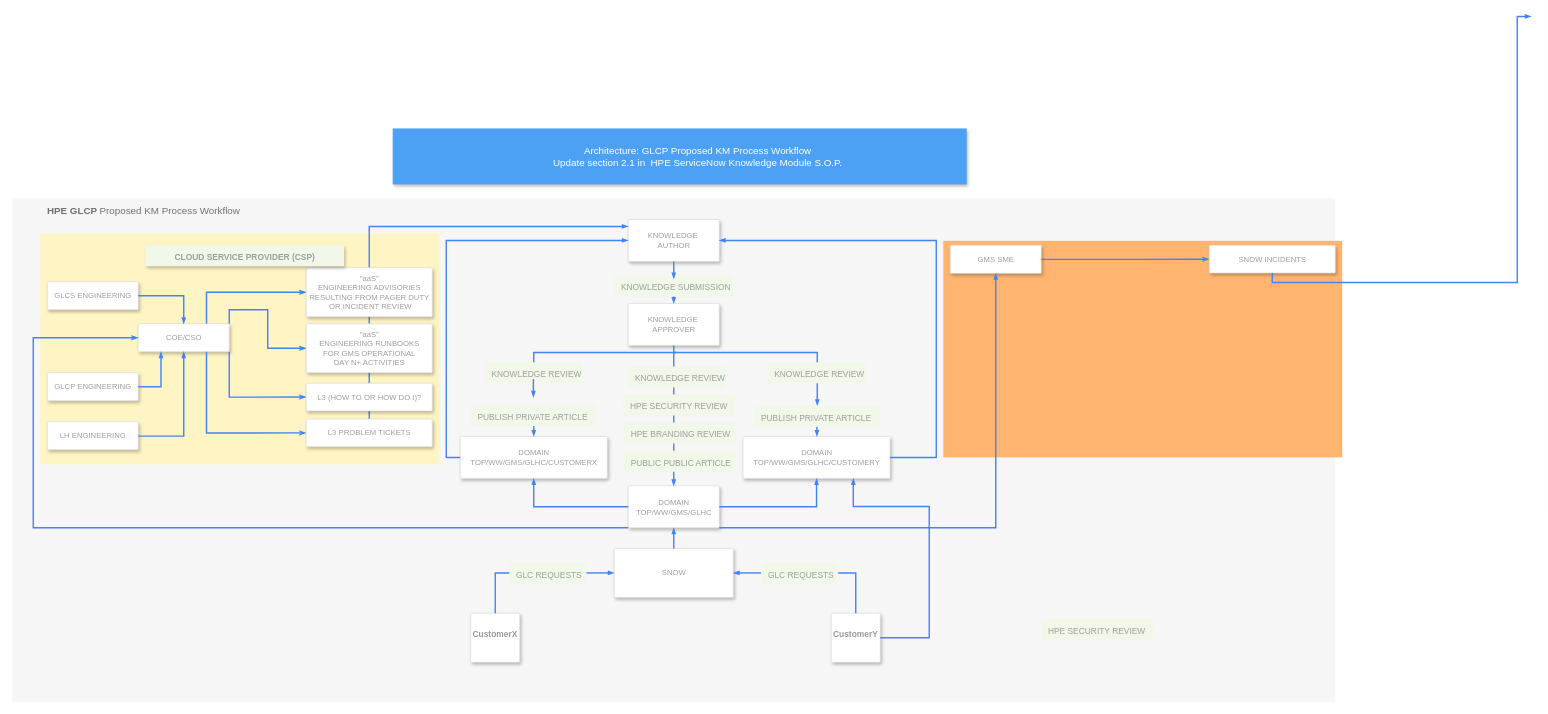
Before: Untitled Diagram.drawio in ajrich2/ajrich2, a draw.io diagram. Source tidied: cells renumbered, new cells numbered last; positions are measured from the earlier drawing's top-left corner, leaving out a move shared by most shapes. Both pictures are drawn from the tidied source at 70%, with x=0, y=0 at pixel (12, 16).
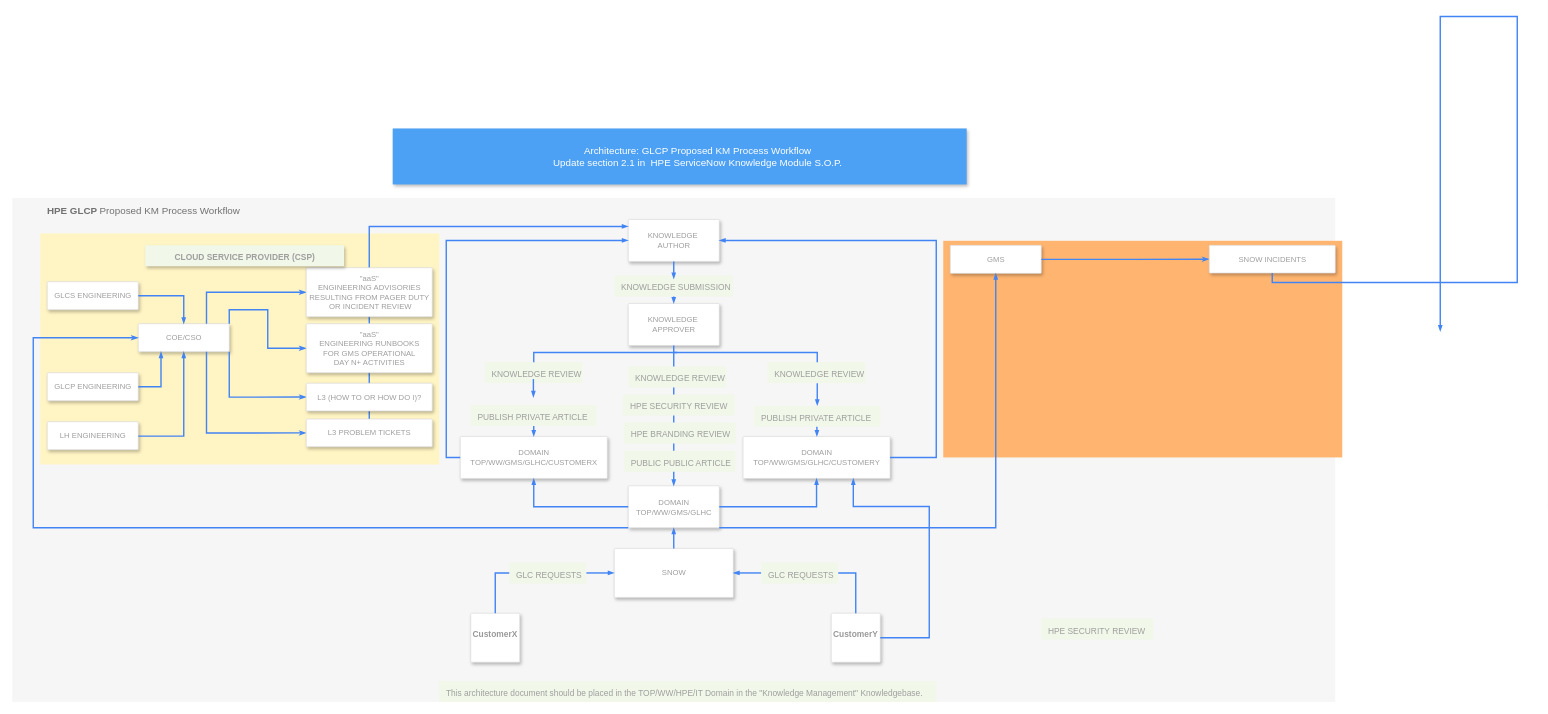
Above is the later version.

Unchanged cells that the change refers to:
```xml
<mxCell id="60" value="SNOW INCIDENTS" style="strokeColor=#dddddd;fillColor=#ffffff;shadow=1;strokeWidth=1;rounded=1;absoluteArcSize=1;arcSize=2;fontSize=11;fontColor=#9E9E9E;align=center;html=1;" parent="1" vertex="1">
  <mxGeometry x="1710" y="327" width="180" height="39.5" as="geometry" />
</mxCell>
```

The edit, as a diff of the source:
```diff
@@
-    <mxCell id="58" value="GMS SME" style="strokeColor=#dddddd;fillColor=#ffffff;shadow=1;strokeWidth=1;rounded=1;absoluteArcSize=1;arcSize=2;fontSize=11;fontColor=#9E9E9E;align=center;html=1;" parent="1" vertex="1">
+    <mxCell id="58" value="GMS" style="strokeColor=#dddddd;fillColor=#ffffff;shadow=1;strokeWidth=1;rounded=1;absoluteArcSize=1;arcSize=2;fontSize=11;fontColor=#9E9E9E;align=center;html=1;" parent="1" vertex="1">
       <mxGeometry x="1340" y="327" width="130" height="40" as="geometry" />
     </mxCell>
@@
-    <mxCell id="61" style="edgeStyle=orthogonalEdgeStyle;rounded=0;elbow=vertical;html=1;labelBackgroundColor=none;startFill=1;startSize=4;endArrow=blockThin;endFill=1;endSize=4;jettySize=auto;strokeColor=#4284F3;strokeWidth=2;fontSize=12;fontColor=#000000;align=left;dashed=0;exitX=0.5;exitY=1;exitDx=0;exitDy=0;entryX=0;entryY=1;entryDx=0;entryDy=0;" parent="1" edge="1" source="60">
+    <mxCell id="61" style="edgeStyle=orthogonalEdgeStyle;rounded=0;elbow=vertical;html=1;labelBackgroundColor=none;startFill=1;startSize=4;endArrow=blockThin;endFill=1;endSize=4;jettySize=auto;strokeColor=#4284F3;strokeWidth=2;fontSize=12;fontColor=#000000;align=left;dashed=0;exitX=0.5;exitY=1;exitDx=0;exitDy=0;" parent="1" edge="1" source="60">
       <mxGeometry relative="1" as="geometry">
-        <mxPoint x="2170" as="targetPoint" />
+        <mxPoint x="2040" y="450" as="targetPoint" />
         <Array as="points">
           <mxPoint x="1800" y="380" />
           <mxPoint x="2150" y="380" />
           <mxPoint x="2150" />
         </Array>
       </mxGeometry>
     </mxCell>
@@
+    <mxCell id="68" value="This architecture document should be placed in the TOP/WW/HPE/IT Domain in the &quot;Knowledge Management&quot; Knowledgebase.&amp;nbsp;" style="rounded=1;absoluteArcSize=1;arcSize=2;html=1;strokeColor=none;gradientColor=none;shadow=0;dashed=0;fontSize=12;fontColor=#9E9E9E;align=left;verticalAlign=top;spacing=10;spacingTop=-4;fillColor=#F1F8E9;" parent="1" vertex="1">
+      <mxGeometry x="610" y="949.2" width="710" height="30" as="geometry" />
+    </mxCell>
```
